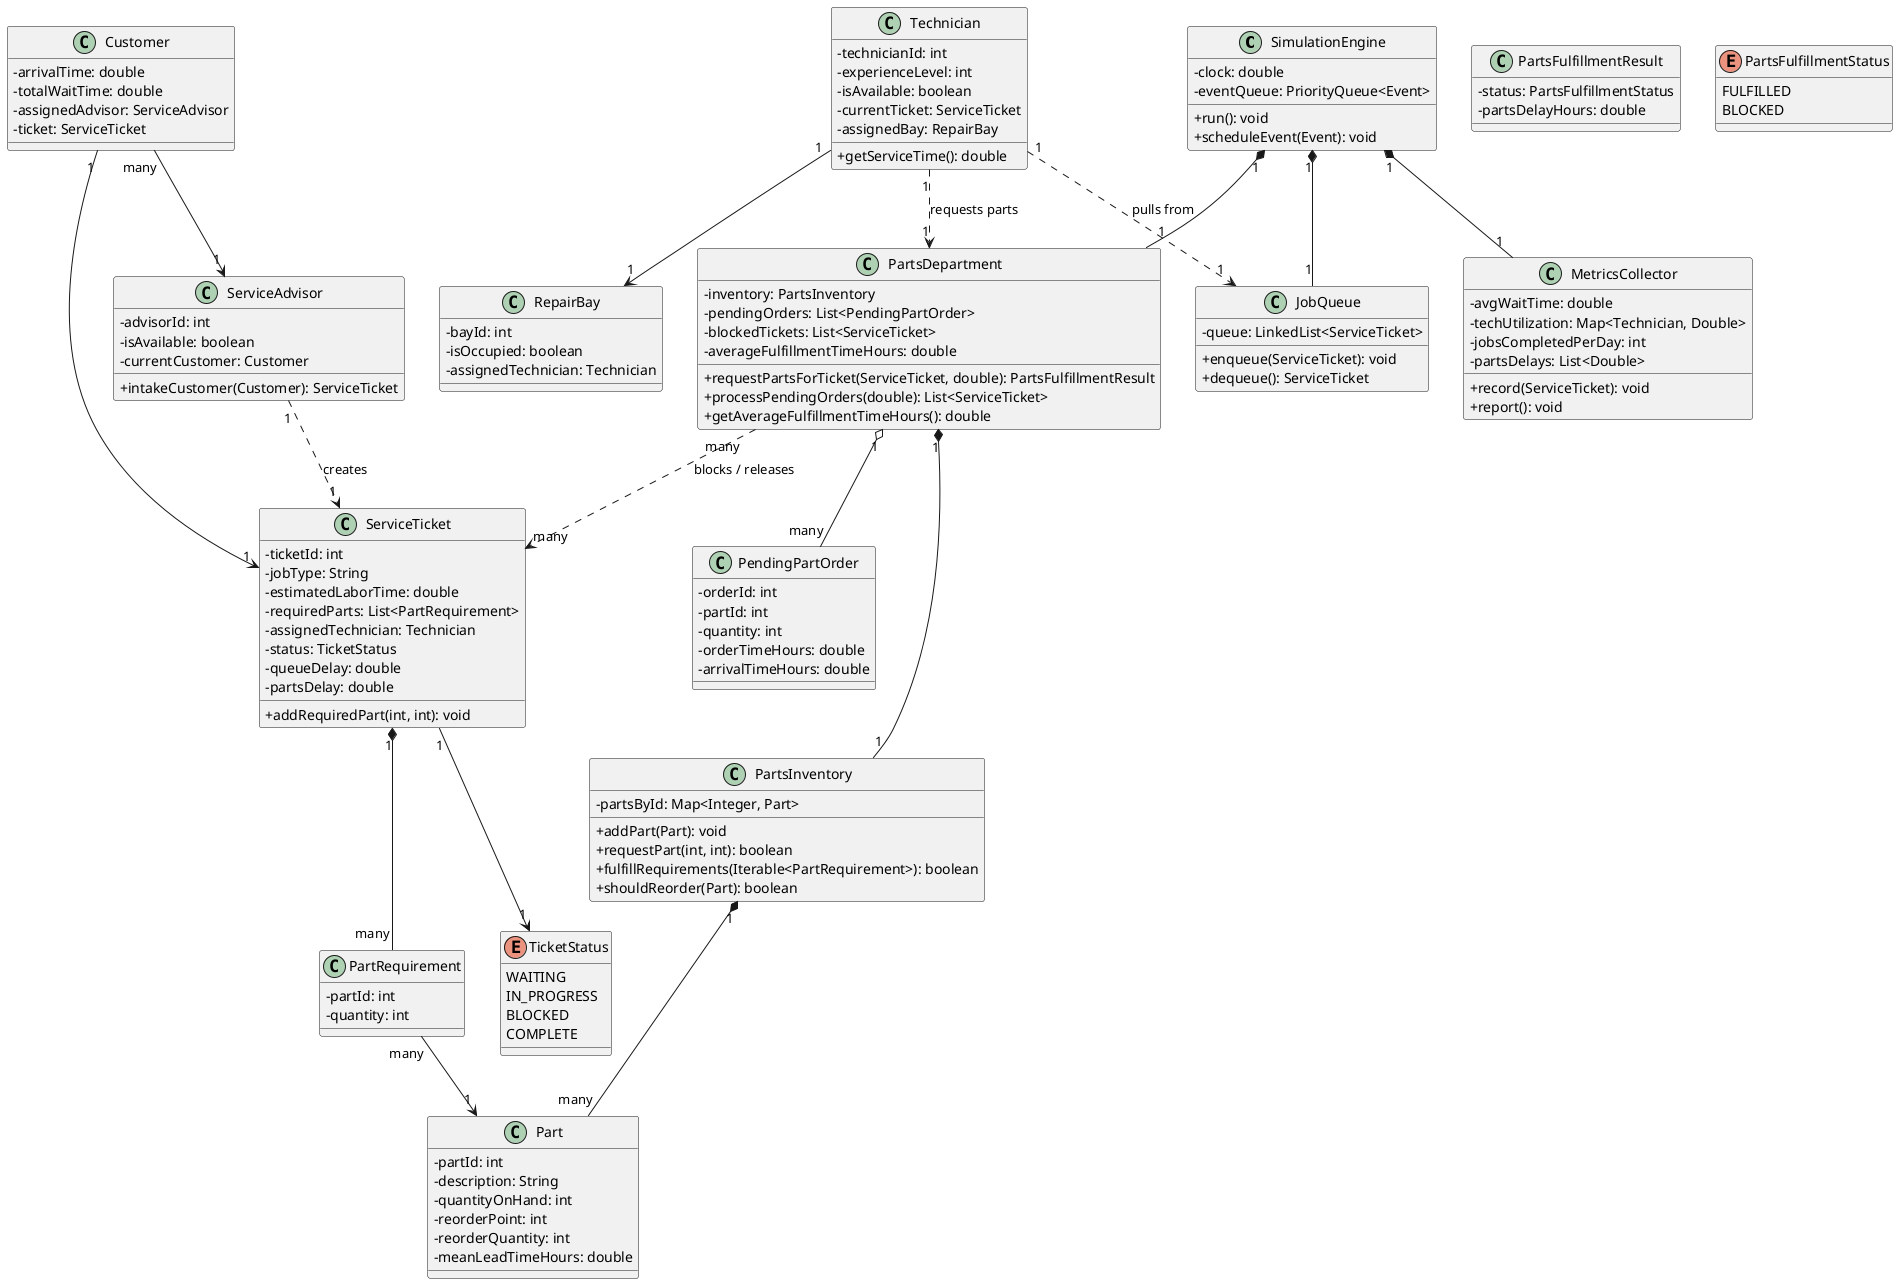
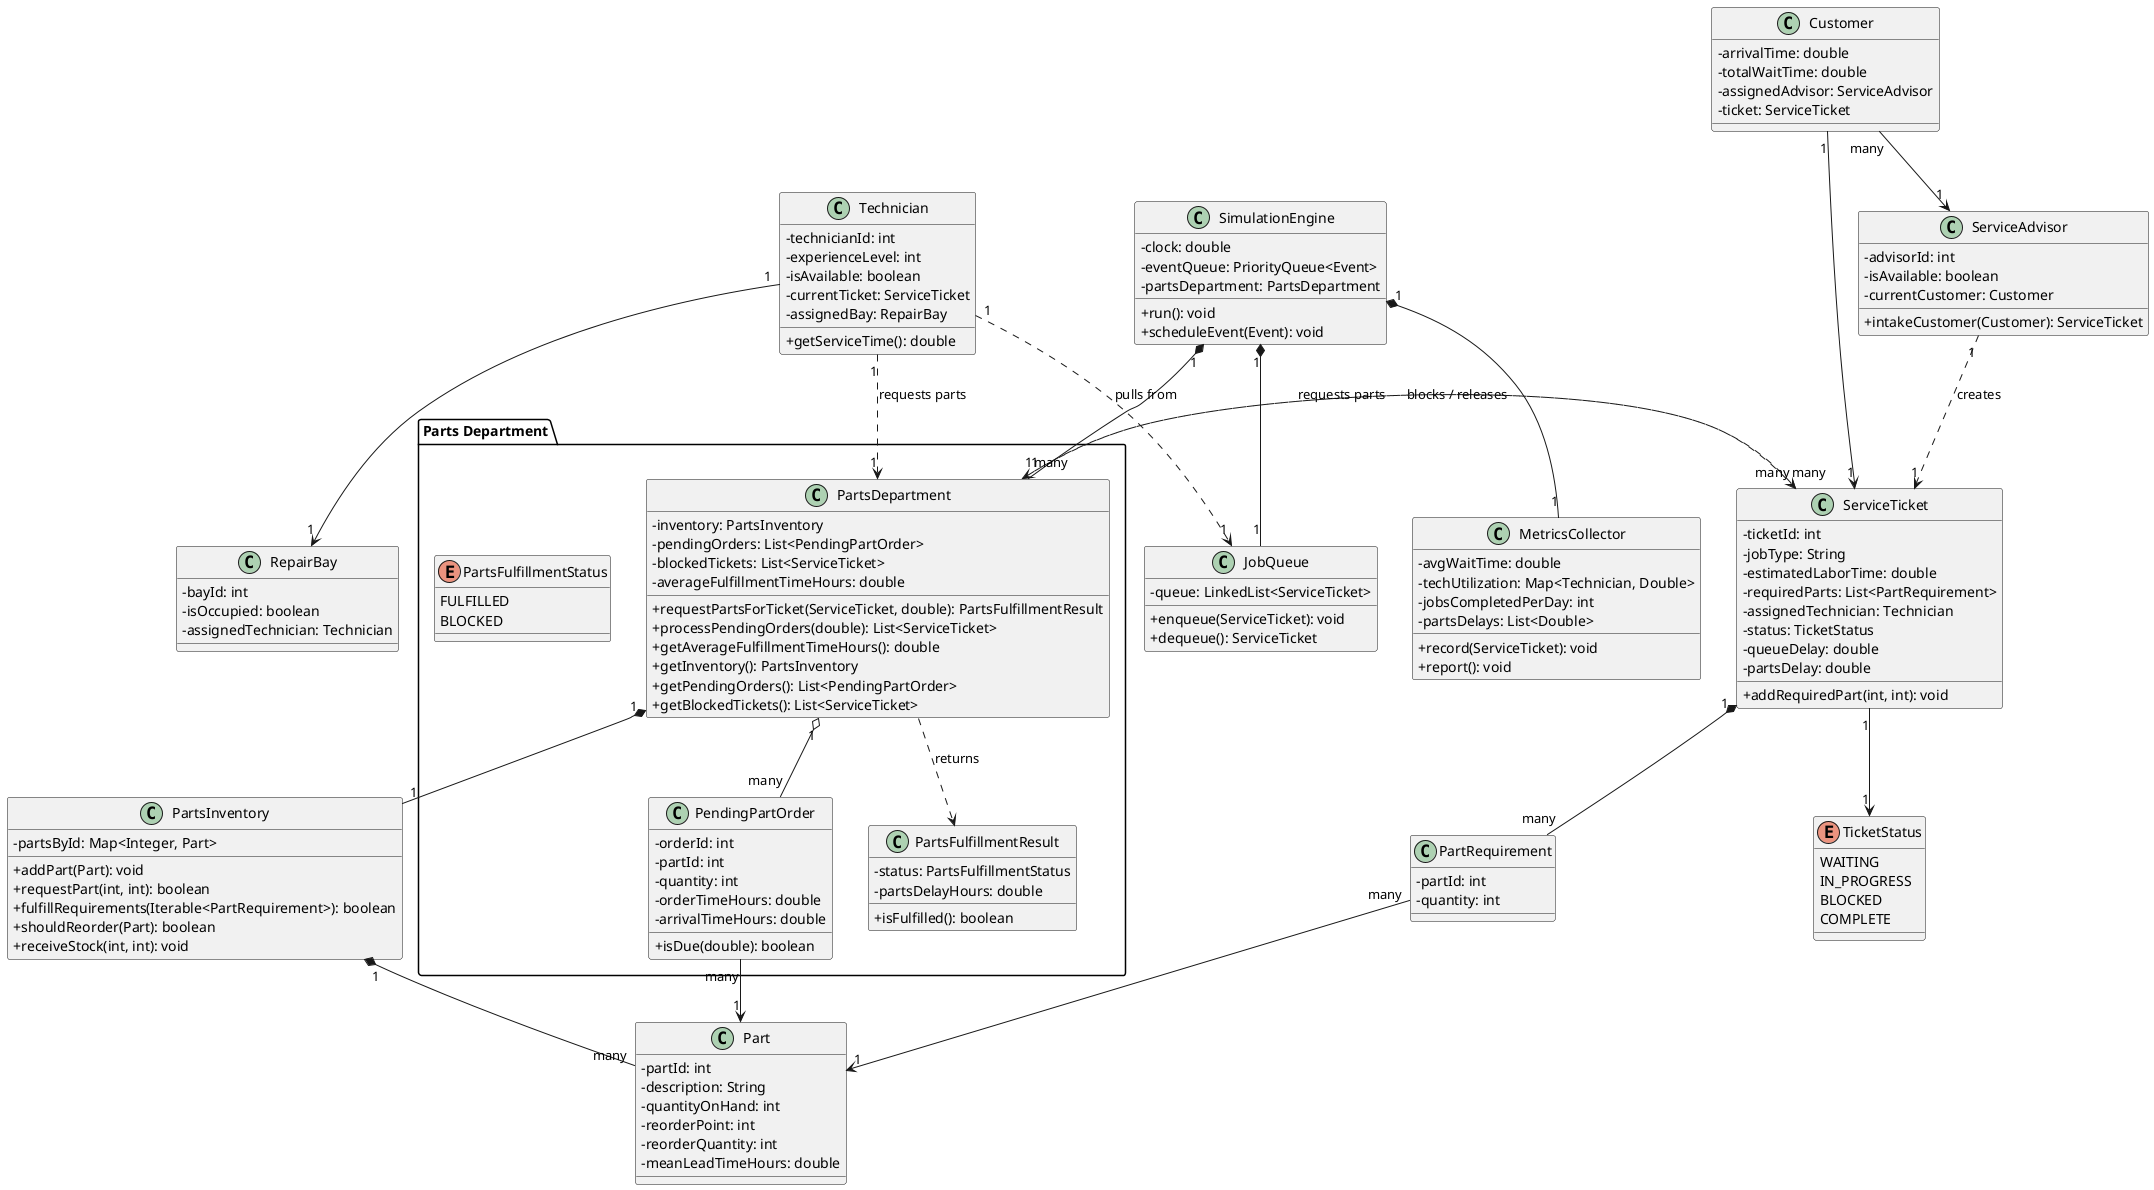
@startuml ClassDiagram

skinparam classAttributeIconSize 0

class SimulationEngine {
    - clock: double
    - eventQueue: PriorityQueue<Event>
+     - partsDepartment: PartsDepartment
    + run(): void
    + scheduleEvent(Event): void
}

class Customer {
    - arrivalTime: double
    - totalWaitTime: double
    - assignedAdvisor: ServiceAdvisor
    - ticket: ServiceTicket
}

class ServiceAdvisor {
    - advisorId: int
    - isAvailable: boolean
    - currentCustomer: Customer
    + intakeCustomer(Customer): ServiceTicket
}

class ServiceTicket {
    - ticketId: int
    - jobType: String
    - estimatedLaborTime: double
    - requiredParts: List<PartRequirement>
    - assignedTechnician: Technician
    - status: TicketStatus
    - queueDelay: double
    - partsDelay: double
    + addRequiredPart(int, int): void
}

class PartRequirement {
    - partId: int
    - quantity: int
}

enum TicketStatus {
    WAITING
    IN_PROGRESS
    BLOCKED
    COMPLETE
}

class Technician {
    - technicianId: int
    - experienceLevel: int
    - isAvailable: boolean
    - currentTicket: ServiceTicket
    - assignedBay: RepairBay
    + getServiceTime(): double
}

class RepairBay {
    - bayId: int
    - isOccupied: boolean
    - assignedTechnician: Technician
}

- class PartsDepartment {
-     - inventory: PartsInventory
-     - pendingOrders: List<PendingPartOrder>
-     - blockedTickets: List<ServiceTicket>
-     - averageFulfillmentTimeHours: double
-     + requestPartsForTicket(ServiceTicket, double): PartsFulfillmentResult
-     + processPendingOrders(double): List<ServiceTicket>
-     + getAverageFulfillmentTimeHours(): double
- }
- 
- class PartsInventory {
-     - partsById: Map<Integer, Part>
-     + addPart(Part): void
-     + requestPart(int, int): boolean
-     + fulfillRequirements(Iterable<PartRequirement>): boolean
-     + shouldReorder(Part): boolean
- }
- 
- class Part {
-     - partId: int
-     - description: String
-     - quantityOnHand: int
-     - reorderPoint: int
-     - reorderQuantity: int
-     - meanLeadTimeHours: double
- }
- 
- class PendingPartOrder {
-     - orderId: int
-     - partId: int
-     - quantity: int
-     - orderTimeHours: double
-     - arrivalTimeHours: double
- }
- 
- class PartsFulfillmentResult {
-     - status: PartsFulfillmentStatus
-     - partsDelayHours: double
- }
- 
- enum PartsFulfillmentStatus {
-     FULFILLED
-     BLOCKED
- }
- 
class JobQueue {
    - queue: LinkedList<ServiceTicket>
    + enqueue(ServiceTicket): void
    + dequeue(): ServiceTicket
}

class MetricsCollector {
    - avgWaitTime: double
    - techUtilization: Map<Technician, Double>
    - jobsCompletedPerDay: int
    - partsDelays: List<Double>
    + record(ServiceTicket): void
    + report(): void
}

+ class PartsInventory {
+     - partsById: Map<Integer, Part>
+     + addPart(Part): void
+     + requestPart(int, int): boolean
+     + fulfillRequirements(Iterable<PartRequirement>): boolean
+     + shouldReorder(Part): boolean
+     + receiveStock(int, int): void
+ }
+ 
+ class Part {
+     - partId: int
+     - description: String
+     - quantityOnHand: int
+     - reorderPoint: int
+     - reorderQuantity: int
+     - meanLeadTimeHours: double
+ }
+ 
+ package "Parts Department" {
+     class PartsDepartment {
+         - inventory: PartsInventory
+         - pendingOrders: List<PendingPartOrder>
+         - blockedTickets: List<ServiceTicket>
+         - averageFulfillmentTimeHours: double
+         + requestPartsForTicket(ServiceTicket, double): PartsFulfillmentResult
+         + processPendingOrders(double): List<ServiceTicket>
+         + getAverageFulfillmentTimeHours(): double
+         + getInventory(): PartsInventory
+         + getPendingOrders(): List<PendingPartOrder>
+         + getBlockedTickets(): List<ServiceTicket>
+     }
+ 
+     class PendingPartOrder {
+         - orderId: int
+         - partId: int
+         - quantity: int
+         - orderTimeHours: double
+         - arrivalTimeHours: double
+         + isDue(double): boolean
+     }
+ 
+     class PartsFulfillmentResult {
+         - status: PartsFulfillmentStatus
+         - partsDelayHours: double
+         + isFulfilled(): boolean
+     }
+ 
+     enum PartsFulfillmentStatus {
+         FULFILLED
+         BLOCKED
+     }
+ }
+ 
SimulationEngine "1" *-- "1" JobQueue
SimulationEngine "1" *-- "1" MetricsCollector
SimulationEngine "1" *-- "1" PartsDepartment
+ 
PartsDepartment "1" *-- "1" PartsInventory
PartsDepartment "1" o-- "many" PendingPartOrder
PartsDepartment "many" ..> "many" ServiceTicket : blocks / releases
+ PartsDepartment ..> PartsFulfillmentResult : returns
+ 
Customer "1" --> "1" ServiceTicket
Customer "many" --> "1" ServiceAdvisor
ServiceAdvisor "1" ..> "1" ServiceTicket : creates
ServiceTicket "1" *-- "many" PartRequirement
+ ServiceTicket "1" --> "1" TicketStatus
+ ServiceTicket "many" ..> "1" PartsDepartment : requests parts
+ 
PartRequirement "many" --> "1" Part
- ServiceTicket "1" --> "1" TicketStatus
Technician "1" --> "1" RepairBay
Technician "1" ..> "1" JobQueue : pulls from
Technician "1" ..> "1" PartsDepartment : requests parts
+ 
PartsInventory "1" *-- "many" Part
+ PendingPartOrder "many" --> "1" Part

@enduml
